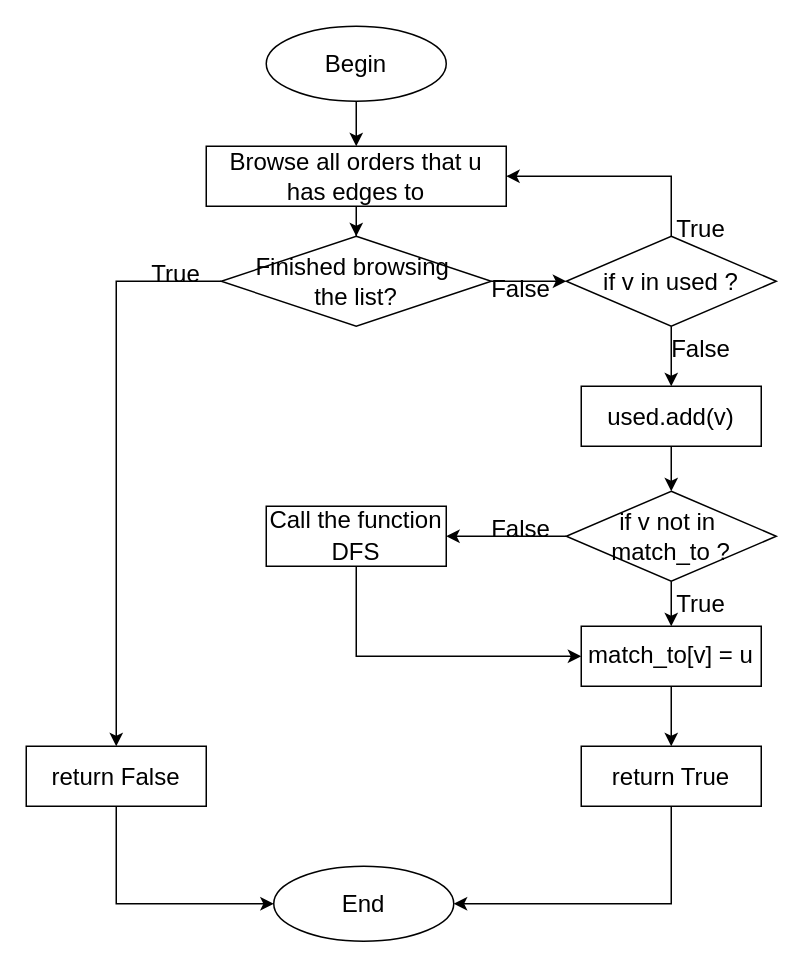
Before: page "Page-2" (2 of 2) of DFS.drawio in 106210049/OOP_excercise, a draw.io diagram. Source tidied: cells renumbered, new cells numbered last; positions are measured from the earlier drawing's top-left corner, leaving out a move shared by most shapes. Both pictures are drawn from the tidied source at 150%, with x=0, y=0 at pixel (26, 26).
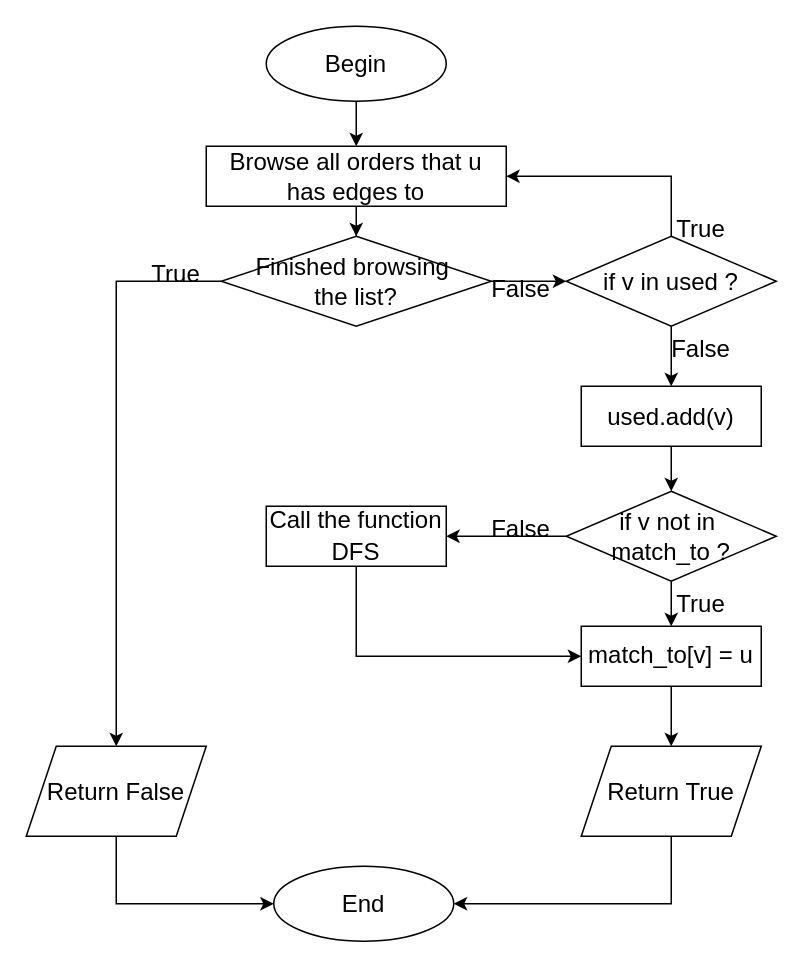
Above is the later version.

Unchanged cells that the change refers to:
```xml
<mxCell id="8" value="Finished browsing&amp;nbsp;&lt;div&gt;the list?&lt;/div&gt;" style="rhombus;whiteSpace=wrap;html=1;fontSize=16;" parent="1" vertex="1">
  <mxGeometry x="130" y="140" width="180" height="60" as="geometry" />
</mxCell>
<mxCell id="18" value="&lt;div style=&quot;font-family: Consolas, &amp;quot;Courier New&amp;quot;, monospace; line-height: 19px; white-space: pre;&quot;&gt;&lt;span style=&quot;font-family: Helvetica; white-space: normal; background-color: rgb(255, 255, 255);&quot;&gt;match_to[v] = u&lt;/span&gt;&lt;/div&gt;" style="rounded=0;whiteSpace=wrap;html=1;fontSize=16;" parent="1" vertex="1">
  <mxGeometry x="370" y="400" width="120" height="40" as="geometry" />
</mxCell>
<mxCell id="25" value="End" style="ellipse;whiteSpace=wrap;html=1;fontSize=16;" parent="1" vertex="1">
  <mxGeometry x="165" y="560" width="120" height="50" as="geometry" />
</mxCell>
```

What changed in the source:
```diff
@@
-    <mxCell id="7" style="edgeStyle=orthogonalEdgeStyle;rounded=0;jettySize=auto;html=1;exitX=0;exitY=0.5;exitDx=0;exitDy=0;entryX=0.5;entryY=0;entryDx=0;entryDy=0;fontSize=16;" parent="1" edge="1" source="8" target="24">
+    <mxCell id="7" style="edgeStyle=orthogonalEdgeStyle;rounded=0;jettySize=auto;html=1;exitX=0;exitY=0.5;exitDx=0;exitDy=0;entryX=0.5;entryY=0;entryDx=0;entryDy=0;fontSize=16;" parent="1" edge="1" source="8" target="33">
       <mxGeometry relative="1" as="geometry" />
     </mxCell>
@@
-    <mxCell id="17" style="edgeStyle=orthogonalEdgeStyle;rounded=0;jettySize=auto;html=1;fontSize=16;" parent="1" edge="1" source="18" target="22">
+    <mxCell id="17" style="edgeStyle=orthogonalEdgeStyle;rounded=0;jettySize=auto;html=1;fontSize=16;entryX=0.5;entryY=0;entryDx=0;entryDy=0;" parent="1" edge="1" source="18" target="35">
       <mxGeometry relative="1" as="geometry" />
     </mxCell>
@@
-    <mxCell id="21" style="edgeStyle=orthogonalEdgeStyle;rounded=0;jettySize=auto;html=1;entryX=1;entryY=0.5;entryDx=0;entryDy=0;fontSize=16;" parent="1" edge="1" source="22" target="25">
-      <mxGeometry relative="1" as="geometry">
-        <Array as="points">
-          <mxPoint x="430" y="585" />
-        </Array>
-      </mxGeometry>
-    </mxCell>
-    <mxCell id="22" value="&lt;div style=&quot;line-height: 19px;&quot;&gt;&lt;span style=&quot;background-color: rgb(255, 255, 255);&quot;&gt;return True&lt;/span&gt;&lt;/div&gt;" style="rounded=0;whiteSpace=wrap;html=1;fontSize=16;" parent="1" vertex="1">
-      <mxGeometry x="370" y="480" width="120" height="40" as="geometry" />
-    </mxCell>
-    <mxCell id="23" style="edgeStyle=orthogonalEdgeStyle;rounded=0;jettySize=auto;html=1;entryX=0;entryY=0.5;entryDx=0;entryDy=0;fontSize=16;" parent="1" edge="1" source="24" target="25">
-      <mxGeometry relative="1" as="geometry">
-        <Array as="points">
-          <mxPoint x="60" y="585" />
-        </Array>
-      </mxGeometry>
-    </mxCell>
-    <mxCell id="24" value="&lt;div style=&quot;line-height: 19px;&quot;&gt;&lt;span style=&quot;background-color: rgb(255, 255, 255);&quot;&gt;return False&lt;/span&gt;&lt;/div&gt;" style="rounded=0;whiteSpace=wrap;html=1;fontSize=16;" parent="1" vertex="1">
-      <mxGeometry y="480" width="120" height="40" as="geometry" />
-    </mxCell>
@@
+    <mxCell id="32" style="edgeStyle=orthogonalEdgeStyle;rounded=0;jettySize=auto;html=1;exitX=0.5;exitY=1;exitDx=0;exitDy=0;entryX=0;entryY=0.5;entryDx=0;entryDy=0;" parent="1" edge="1" source="33" target="25">
+      <mxGeometry relative="1" as="geometry" />
+    </mxCell>
+    <mxCell id="33" value="&lt;font style=&quot;font-size: 16px;&quot;&gt;Return False&lt;/font&gt;" style="shape=parallelogram;perimeter=parallelogramPerimeter;whiteSpace=wrap;html=1;fixedSize=1;" parent="1" vertex="1">
+      <mxGeometry y="480" width="120" height="60" as="geometry" />
+    </mxCell>
+    <mxCell id="34" style="edgeStyle=orthogonalEdgeStyle;rounded=0;jettySize=auto;html=1;exitX=0.5;exitY=1;exitDx=0;exitDy=0;entryX=1;entryY=0.5;entryDx=0;entryDy=0;" parent="1" edge="1" source="35" target="25">
+      <mxGeometry relative="1" as="geometry" />
+    </mxCell>
+    <mxCell id="35" value="&lt;font style=&quot;font-size: 16px;&quot;&gt;Return True&lt;/font&gt;" style="shape=parallelogram;perimeter=parallelogramPerimeter;whiteSpace=wrap;html=1;fixedSize=1;" parent="1" vertex="1">
+      <mxGeometry x="370" y="480" width="120" height="60" as="geometry" />
+    </mxCell>
```
